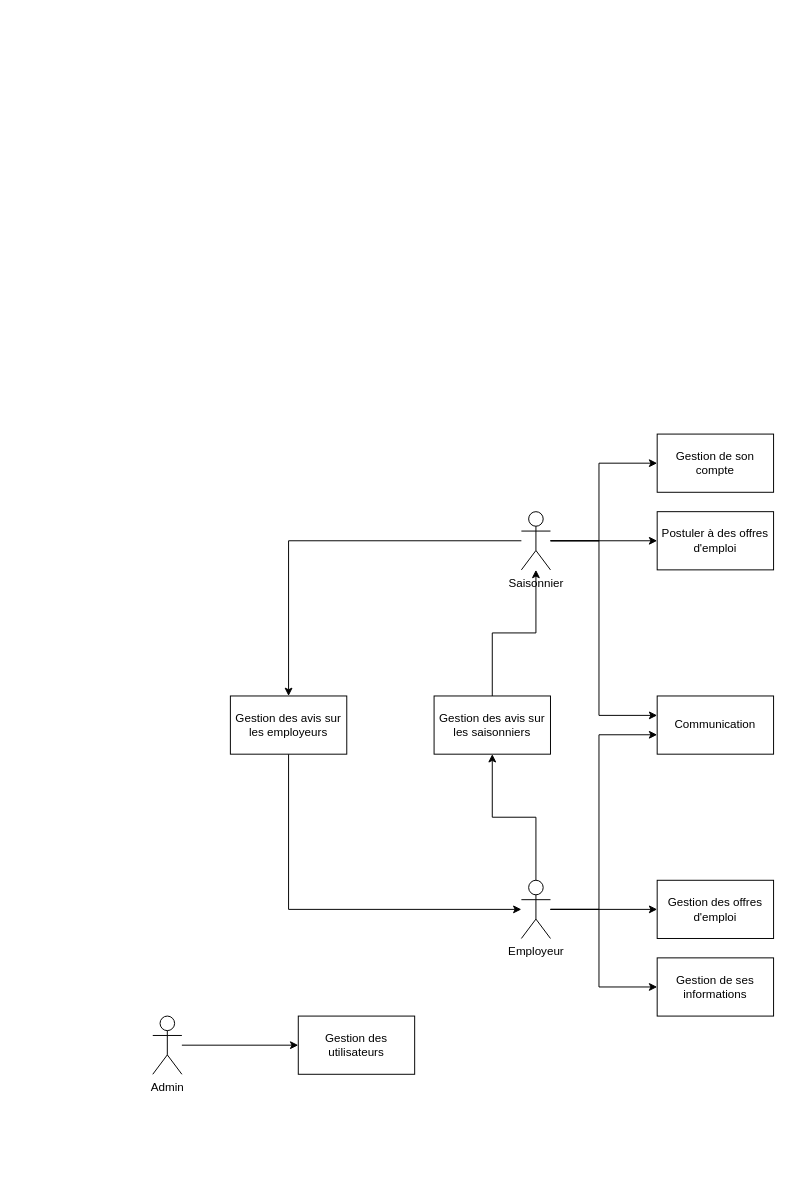
The draw.io diagram docs/conception/vue_metier.drawio in BioTheWolff/Jobwave, before the edit. Source tidied: cells renumbered, new cells numbered last; positions are measured from the earlier drawing's top-left corner, leaving out a move shared by most shapes. Both pictures are drawn from the tidied source at 97%, with x=0, y=0 at pixel (152, 434).
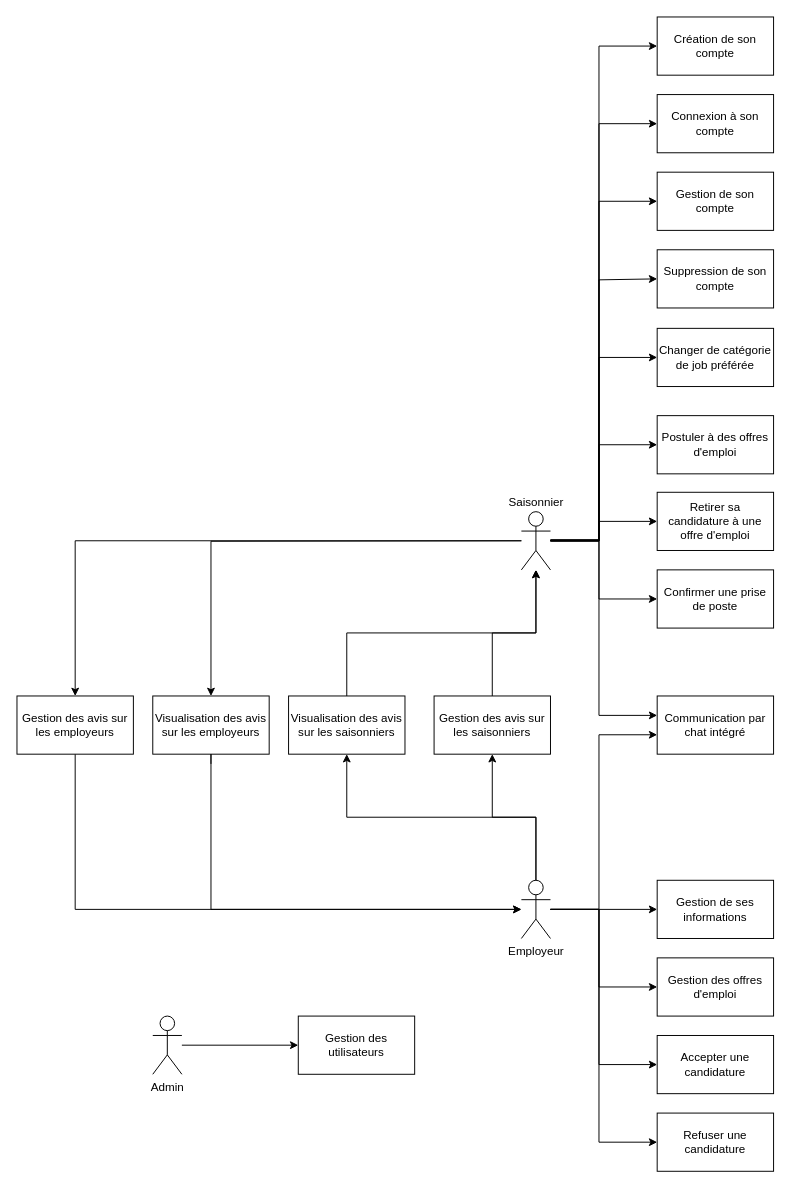
The same page after the edit.

Commit message (it also covers changes not shown here):
feat: add business view

The change refers to these unchanged cells:
```xml
<mxCell id="13" value="Employeur" style="shape=umlActor;verticalLabelPosition=bottom;verticalAlign=top;html=1;outlineConnect=0;" parent="1" vertex="1">
  <mxGeometry x="380" y="460" width="30" height="60" as="geometry" />
</mxCell>
```

The edit, as a diff of the source:
```diff
@@
-    <mxCell id="2" style="edgeStyle=orthogonalEdgeStyle;rounded=0;jettySize=auto;html=1;" parent="1" edge="1" source="6" target="16">
-      <mxGeometry relative="1" as="geometry" />
+    <mxCell id="2" style="edgeStyle=orthogonalEdgeStyle;rounded=0;jettySize=auto;html=1;" parent="1" edge="1" target="16">
+      <mxGeometry relative="1" as="geometry">
+        <mxPoint x="410" y="110" as="sourcePoint" />
+        <Array as="points">
+          <mxPoint x="460" y="110" />
+          <mxPoint x="460" y="11" />
+        </Array>
+      </mxGeometry>
     </mxCell>
@@
-    <mxCell id="4" style="edgeStyle=orthogonalEdgeStyle;rounded=0;jettySize=auto;html=1;" parent="1" edge="1" source="6" target="18">
+    <mxCell id="4" style="edgeStyle=orthogonalEdgeStyle;rounded=0;jettySize=auto;html=1;" parent="1" edge="1" target="18">
       <mxGeometry relative="1" as="geometry">
+        <mxPoint x="410" y="110" as="sourcePoint" />
         <Array as="points">
+          <mxPoint x="410" y="110" />
           <mxPoint x="460" y="110" />
-          <mxPoint x="460" y="30" />
+          <mxPoint x="460" y="-240" />
         </Array>
       </mxGeometry>
     </mxCell>
@@
-    <mxCell id="6" value="&lt;div&gt;Saisonnier&lt;/div&gt;" style="shape=umlActor;verticalLabelPosition=bottom;verticalAlign=top;html=1;outlineConnect=0;" parent="1" vertex="1">
+    <mxCell id="6" value="&lt;div&gt;Saisonnier&lt;/div&gt;" style="shape=umlActor;verticalLabelPosition=top;verticalAlign=bottom;html=1;outlineConnect=0;labelPosition=center;align=center;" parent="1" vertex="1">
       <mxGeometry x="380" y="80" width="30" height="60" as="geometry" />
     </mxCell>
@@
-    <mxCell id="9" style="edgeStyle=orthogonalEdgeStyle;rounded=0;jettySize=auto;html=1;" parent="1" edge="1" source="13" target="14">
+    <mxCell id="9" style="edgeStyle=orthogonalEdgeStyle;rounded=0;jettySize=auto;html=1;entryX=0;entryY=0.5;entryDx=0;entryDy=0;" parent="1" edge="1" source="13" target="19">
       <mxGeometry relative="1" as="geometry" />
     </mxCell>
@@
-    <mxCell id="11" style="edgeStyle=orthogonalEdgeStyle;rounded=0;jettySize=auto;html=1;" parent="1" edge="1" source="13" target="19">
+    <mxCell id="11" style="edgeStyle=orthogonalEdgeStyle;rounded=0;jettySize=auto;html=1;entryX=0;entryY=0.5;entryDx=0;entryDy=0;" parent="1" edge="1" source="13" target="14">
       <mxGeometry relative="1" as="geometry">
         <Array as="points">
           <mxPoint x="460" y="490" />
           <mxPoint x="460" y="570" />
         </Array>
       </mxGeometry>
     </mxCell>
@@
     <mxCell id="14" value="Gestion des offres d'emploi" style="rounded=0;whiteSpace=wrap;html=1;" parent="1" vertex="1">
-      <mxGeometry x="520" y="460" width="120" height="60" as="geometry" />
+      <mxGeometry x="520" y="540" width="120" height="60" as="geometry" />
     </mxCell>
@@
     <mxCell id="16" value="Postuler à des offres d'emploi" style="rounded=0;whiteSpace=wrap;html=1;" parent="1" vertex="1">
-      <mxGeometry x="520" y="80" width="120" height="60" as="geometry" />
+      <mxGeometry x="520" y="-19" width="120" height="60" as="geometry" />
     </mxCell>
-    <mxCell id="17" value="Communication" style="rounded=0;whiteSpace=wrap;html=1;" parent="1" vertex="1">
+    <mxCell id="17" value="Communication par chat intégré" style="rounded=0;whiteSpace=wrap;html=1;" parent="1" vertex="1">
       <mxGeometry x="520" y="270" width="120" height="60" as="geometry" />
     </mxCell>
     <mxCell id="18" value="Gestion de son compte" style="rounded=0;whiteSpace=wrap;html=1;" parent="1" vertex="1">
-      <mxGeometry x="520" width="120" height="60" as="geometry" />
+      <mxGeometry x="520" y="-270" width="120" height="60" as="geometry" />
     </mxCell>
     <mxCell id="19" value="Gestion de ses informations" style="rounded=0;whiteSpace=wrap;html=1;" parent="1" vertex="1">
-      <mxGeometry x="520" y="540" width="120" height="60" as="geometry" />
+      <mxGeometry x="520" y="460" width="120" height="60" as="geometry" />
     </mxCell>
@@
     <mxCell id="22" style="edgeStyle=orthogonalEdgeStyle;rounded=0;jettySize=auto;html=1;" parent="1" edge="1" source="23" target="13">
       <mxGeometry relative="1" as="geometry">
         <Array as="points">
-          <mxPoint x="140" y="490" />
+          <mxPoint x="-80" y="490" />
         </Array>
       </mxGeometry>
     </mxCell>
     <mxCell id="23" value="Gestion des avis sur les employeurs" style="rounded=0;whiteSpace=wrap;html=1;" parent="1" vertex="1">
-      <mxGeometry x="80" y="270" width="120" height="60" as="geometry" />
+      <mxGeometry x="-140" y="270" width="120" height="60" as="geometry" />
     </mxCell>
+    <mxCell id="24" value="Création de son compte" style="rounded=0;whiteSpace=wrap;html=1;" parent="1" vertex="1">
+      <mxGeometry x="520" y="-430" width="120" height="60" as="geometry" />
+    </mxCell>
+    <mxCell id="25" style="edgeStyle=orthogonalEdgeStyle;rounded=0;jettySize=auto;html=1;entryX=0;entryY=0.5;entryDx=0;entryDy=0;" parent="1" edge="1" target="24">
+      <mxGeometry relative="1" as="geometry">
+        <mxPoint x="410" y="110" as="sourcePoint" />
+        <Array as="points">
+          <mxPoint x="411" y="110" />
+          <mxPoint x="460" y="110" />
+          <mxPoint x="460" y="-400" />
+        </Array>
+      </mxGeometry>
+    </mxCell>
+    <mxCell id="26" value="Connexion à son compte" style="rounded=0;whiteSpace=wrap;html=1;" parent="1" vertex="1">
+      <mxGeometry x="520" y="-350" width="120" height="60" as="geometry" />
+    </mxCell>
+    <mxCell id="27" style="edgeStyle=orthogonalEdgeStyle;rounded=0;jettySize=auto;html=1;entryX=0;entryY=0.5;entryDx=0;entryDy=0;" parent="1" edge="1" target="26">
+      <mxGeometry relative="1" as="geometry">
+        <mxPoint x="410" y="110" as="sourcePoint" />
+        <Array as="points">
+          <mxPoint x="410" y="110" />
+          <mxPoint x="460" y="110" />
+          <mxPoint x="460" y="-320" />
+        </Array>
+      </mxGeometry>
+    </mxCell>
+    <mxCell id="28" value="Suppression de son compte" style="rounded=0;whiteSpace=wrap;html=1;" parent="1" vertex="1">
+      <mxGeometry x="520" y="-190" width="120" height="60" as="geometry" />
+    </mxCell>
+    <mxCell id="29" style="edgeStyle=orthogonalEdgeStyle;rounded=0;jettySize=auto;html=1;entryX=0;entryY=0.5;entryDx=0;entryDy=0;" parent="1" edge="1" target="28">
+      <mxGeometry relative="1" as="geometry">
+        <mxPoint x="410" y="110" as="sourcePoint" />
+        <Array as="points">
+          <mxPoint x="460" y="110" />
+          <mxPoint x="460" y="-159" />
+        </Array>
+      </mxGeometry>
+    </mxCell>
+    <mxCell id="30" value="Changer de catégorie de job préférée" style="rounded=0;whiteSpace=wrap;html=1;" parent="1" vertex="1">
+      <mxGeometry x="520" y="-109" width="120" height="60" as="geometry" />
+    </mxCell>
+    <mxCell id="31" style="edgeStyle=orthogonalEdgeStyle;rounded=0;jettySize=auto;html=1;entryX=0;entryY=0.5;entryDx=0;entryDy=0;" parent="1" edge="1" target="30">
+      <mxGeometry relative="1" as="geometry">
+        <mxPoint x="410" y="110" as="sourcePoint" />
+        <Array as="points">
+          <mxPoint x="410" y="110" />
+          <mxPoint x="460" y="110" />
+          <mxPoint x="460" y="-79" />
+        </Array>
+      </mxGeometry>
+    </mxCell>
+    <mxCell id="32" value="Visualisation des avis sur les saisonniers" style="rounded=0;whiteSpace=wrap;html=1;" parent="1" vertex="1">
+      <mxGeometry x="140" y="270" width="120" height="60" as="geometry" />
+    </mxCell>
+    <mxCell id="33" style="edgeStyle=orthogonalEdgeStyle;rounded=0;jettySize=auto;html=1;exitX=0.5;exitY=0;exitDx=0;exitDy=0;exitPerimeter=0;" parent="1" edge="1" source="13" target="32">
+      <mxGeometry relative="1" as="geometry" />
+    </mxCell>
+    <mxCell id="34" style="edgeStyle=orthogonalEdgeStyle;rounded=0;jettySize=auto;html=1;exitX=0.5;exitY=0;exitDx=0;exitDy=0;" parent="1" edge="1" source="32" target="6">
+      <mxGeometry relative="1" as="geometry" />
+    </mxCell>
+    <mxCell id="35" value="Retirer sa candidature à une offre d'emploi" style="rounded=0;whiteSpace=wrap;html=1;" parent="1" vertex="1">
+      <mxGeometry x="520" y="60" width="120" height="60" as="geometry" />
+    </mxCell>
+    <mxCell id="36" value="Confirmer une prise de poste" style="rounded=0;whiteSpace=wrap;html=1;" parent="1" vertex="1">
+      <mxGeometry x="520" y="140" width="120" height="60" as="geometry" />
+    </mxCell>
+    <mxCell id="37" style="edgeStyle=orthogonalEdgeStyle;rounded=0;orthogonalLoop=1;jettySize=auto;html=1;" parent="1" edge="1">
+      <mxGeometry relative="1" as="geometry">
+        <mxPoint x="410" y="109" as="sourcePoint" />
+        <mxPoint x="520" y="90" as="targetPoint" />
+        <Array as="points">
+          <mxPoint x="460" y="109" />
+          <mxPoint x="460" y="90" />
+          <mxPoint x="520" y="90" />
+        </Array>
+      </mxGeometry>
+    </mxCell>
+    <mxCell id="38" style="edgeStyle=orthogonalEdgeStyle;rounded=0;jettySize=auto;html=1;entryX=0;entryY=0.5;entryDx=0;entryDy=0;" parent="1" edge="1" target="36">
+      <mxGeometry relative="1" as="geometry">
+        <mxPoint x="410" y="109" as="sourcePoint" />
+        <Array as="points">
+          <mxPoint x="460" y="109" />
+          <mxPoint x="460" y="170" />
+        </Array>
+      </mxGeometry>
+    </mxCell>
+    <mxCell id="39" value="Accepter une candidature" style="rounded=0;whiteSpace=wrap;html=1;" parent="1" vertex="1">
+      <mxGeometry x="520" y="620" width="120" height="60" as="geometry" />
+    </mxCell>
+    <mxCell id="40" value="Refuser une candidature" style="rounded=0;whiteSpace=wrap;html=1;" parent="1" vertex="1">
+      <mxGeometry x="520" y="700" width="120" height="60" as="geometry" />
+    </mxCell>
+    <mxCell id="41" style="edgeStyle=orthogonalEdgeStyle;rounded=0;jettySize=auto;html=1;entryX=0;entryY=0.5;entryDx=0;entryDy=0;" parent="1" edge="1" target="39">
+      <mxGeometry relative="1" as="geometry">
+        <mxPoint x="410" y="490" as="sourcePoint" />
+        <Array as="points">
+          <mxPoint x="460" y="490" />
+          <mxPoint x="460" y="650" />
+        </Array>
+      </mxGeometry>
+    </mxCell>
+    <mxCell id="42" style="edgeStyle=orthogonalEdgeStyle;rounded=0;jettySize=auto;html=1;entryX=0;entryY=0.5;entryDx=0;entryDy=0;" parent="1" edge="1" target="40">
+      <mxGeometry relative="1" as="geometry">
+        <mxPoint x="410" y="490" as="sourcePoint" />
+        <Array as="points">
+          <mxPoint x="460" y="490" />
+          <mxPoint x="460" y="730" />
+        </Array>
+      </mxGeometry>
+    </mxCell>
+    <mxCell id="43" value="Visualisation des avis sur les employeurs" style="rounded=0;whiteSpace=wrap;html=1;" parent="1" vertex="1">
+      <mxGeometry y="270" width="120" height="60" as="geometry" />
+    </mxCell>
+    <mxCell id="44" style="edgeStyle=orthogonalEdgeStyle;rounded=0;jettySize=auto;html=1;entryX=0.5;entryY=0;entryDx=0;entryDy=0;" parent="1" edge="1" target="43">
+      <mxGeometry relative="1" as="geometry">
+        <mxPoint x="380" y="110" as="sourcePoint" />
+      </mxGeometry>
+    </mxCell>
+    <mxCell id="45" style="edgeStyle=orthogonalEdgeStyle;rounded=0;orthogonalLoop=1;jettySize=auto;html=1;" parent="1" edge="1">
+      <mxGeometry relative="1" as="geometry">
+        <mxPoint x="60" y="340" as="sourcePoint" />
+        <mxPoint x="380" y="490" as="targetPoint" />
+        <Array as="points">
+          <mxPoint x="60" y="330" />
+          <mxPoint x="60" y="490" />
+        </Array>
+      </mxGeometry>
+    </mxCell>
```
